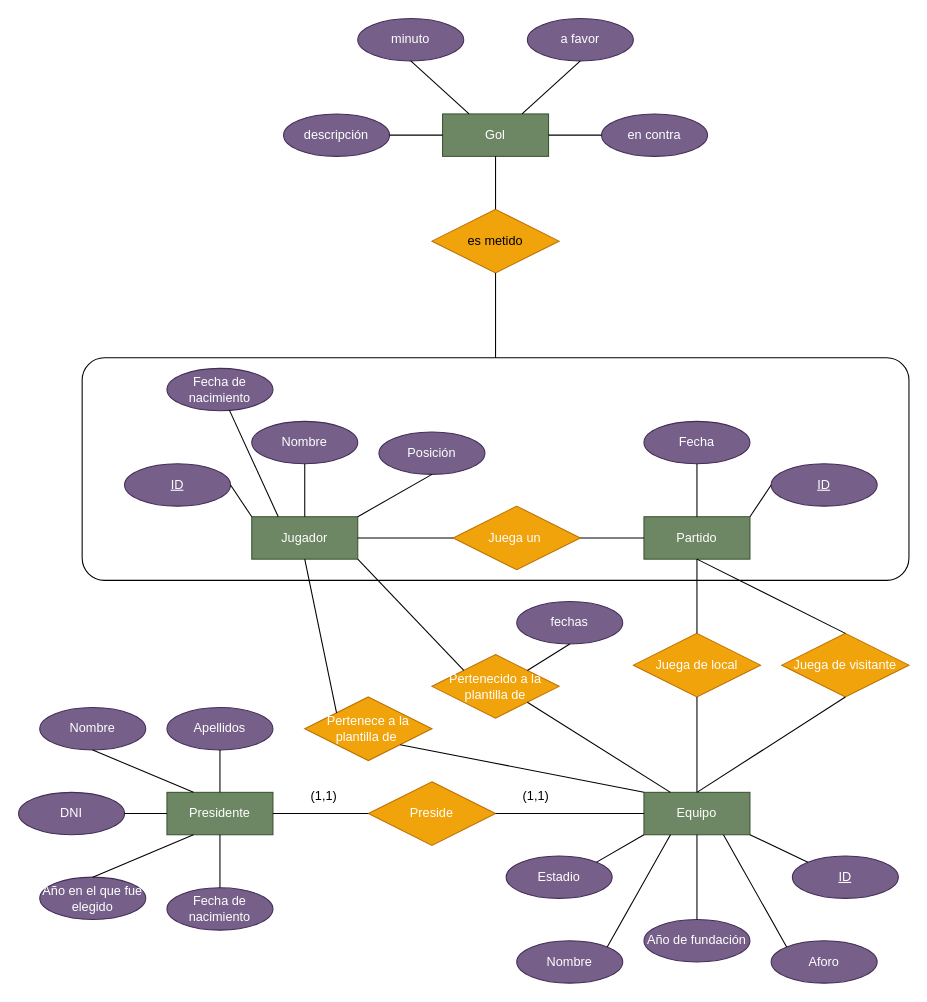
Before: ej13.drawio in oscaralvarezz/BBDD, a draw.io diagram. Source tidied: cells renumbered, new cells numbered last; positions are measured from the earlier drawing's top-left corner, leaving out a move shared by most shapes. Both pictures are drawn from the tidied source at 106%, with x=0, y=0 at pixel (18, 18).
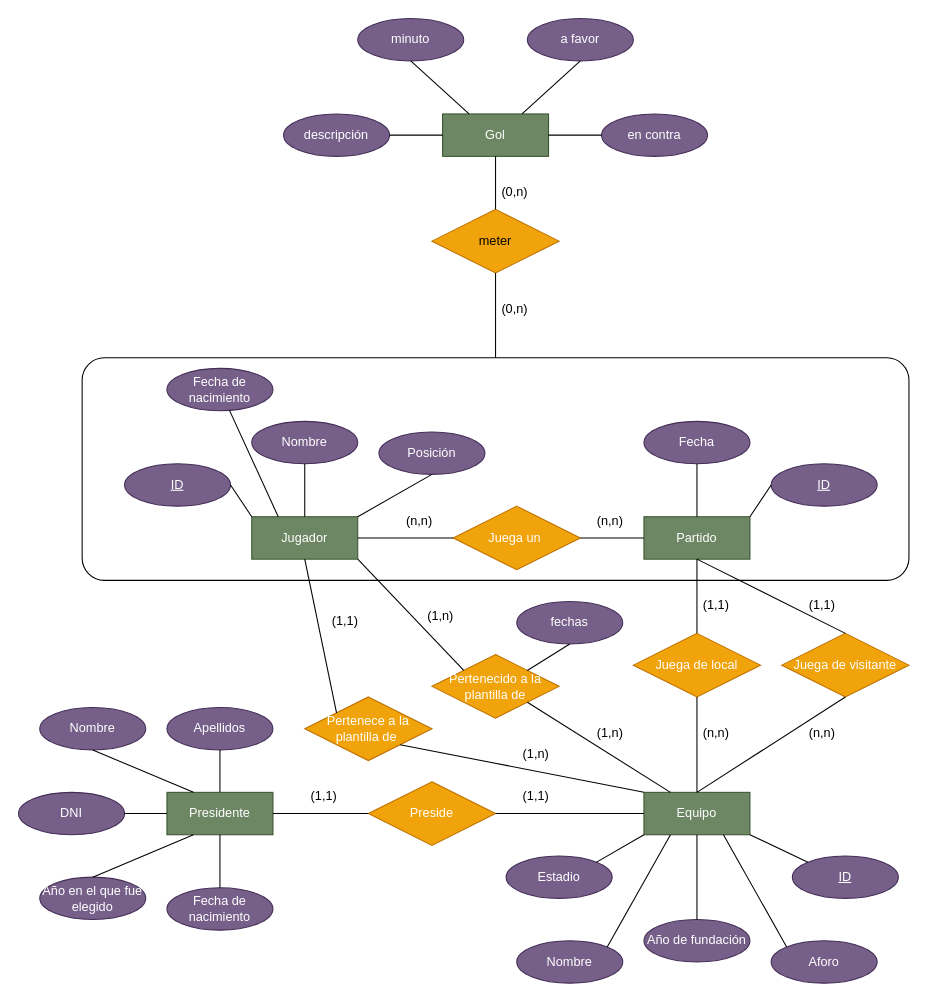
The same diagram, later.

What changed in the source:
```diff
@@
-    <mxCell id="60" value="es metido" style="shape=rhombus;perimeter=rhombusPerimeter;whiteSpace=wrap;html=1;align=center;fontColor=#000000;fillColor=#f0a30a;strokeColor=#BD7000;" parent="1" vertex="1">
+    <mxCell id="60" value="meter" style="shape=rhombus;perimeter=rhombusPerimeter;whiteSpace=wrap;html=1;align=center;fontColor=#000000;fillColor=#f0a30a;strokeColor=#BD7000;" parent="1" vertex="1">
       <mxGeometry x="390" y="180" width="120" height="60" as="geometry" />
     </mxCell>
@@
+    <mxCell id="73" value="(n,n)" style="text;strokeColor=none;fillColor=none;spacingLeft=4;spacingRight=4;overflow=hidden;fontSize=12;" parent="1" vertex="1">
+      <mxGeometry x="360" y="460" width="40" height="30" as="geometry" />
+    </mxCell>
+    <mxCell id="74" value="(n,n)" style="text;strokeColor=none;fillColor=none;spacingLeft=4;spacingRight=4;overflow=hidden;fontSize=12;" parent="1" vertex="1">
+      <mxGeometry x="540" y="460" width="40" height="30" as="geometry" />
+    </mxCell>
+    <mxCell id="75" value="(1,n)" style="text;strokeColor=none;fillColor=none;spacingLeft=4;spacingRight=4;overflow=hidden;fontSize=12;" parent="1" vertex="1">
+      <mxGeometry x="540" y="660" width="40" height="30" as="geometry" />
+    </mxCell>
+    <mxCell id="76" value="(1,n)" style="text;strokeColor=none;fillColor=none;spacingLeft=4;spacingRight=4;overflow=hidden;fontSize=12;" parent="1" vertex="1">
+      <mxGeometry x="380" y="550" width="40" height="30" as="geometry" />
+    </mxCell>
+    <mxCell id="77" value="(1,1)" style="text;strokeColor=none;fillColor=none;spacingLeft=4;spacingRight=4;overflow=hidden;fontSize=12;" parent="1" vertex="1">
+      <mxGeometry x="290" y="555" width="40" height="30" as="geometry" />
+    </mxCell>
+    <mxCell id="78" value="(1,n)" style="text;strokeColor=none;fillColor=none;spacingLeft=4;spacingRight=4;overflow=hidden;fontSize=12;" parent="1" vertex="1">
+      <mxGeometry x="470" y="680" width="40" height="30" as="geometry" />
+    </mxCell>
+    <mxCell id="79" value="(n,n)" style="text;strokeColor=none;fillColor=none;spacingLeft=4;spacingRight=4;overflow=hidden;fontSize=12;" parent="1" vertex="1">
+      <mxGeometry x="640" y="660" width="40" height="30" as="geometry" />
+    </mxCell>
+    <mxCell id="80" value="(1,1)" style="text;strokeColor=none;fillColor=none;spacingLeft=4;spacingRight=4;overflow=hidden;fontSize=12;" parent="1" vertex="1">
+      <mxGeometry x="640" y="540" width="40" height="30" as="geometry" />
+    </mxCell>
+    <mxCell id="81" value="(1,1)" style="text;strokeColor=none;fillColor=none;spacingLeft=4;spacingRight=4;overflow=hidden;fontSize=12;" parent="1" vertex="1">
+      <mxGeometry x="740" y="540" width="40" height="30" as="geometry" />
+    </mxCell>
+    <mxCell id="82" value="(n,n)" style="text;strokeColor=none;fillColor=none;spacingLeft=4;spacingRight=4;overflow=hidden;fontSize=12;" parent="1" vertex="1">
+      <mxGeometry x="740" y="660" width="40" height="30" as="geometry" />
+    </mxCell>
+    <mxCell id="83" value="(0,n)" style="text;strokeColor=none;fillColor=none;spacingLeft=4;spacingRight=4;overflow=hidden;fontSize=12;" parent="1" vertex="1">
+      <mxGeometry x="450" y="150" width="40" height="30" as="geometry" />
+    </mxCell>
+    <mxCell id="84" value="(0,n)" style="text;strokeColor=none;fillColor=none;spacingLeft=4;spacingRight=4;overflow=hidden;fontSize=12;" parent="1" vertex="1">
+      <mxGeometry x="450" y="260" width="40" height="30" as="geometry" />
+    </mxCell>
```
